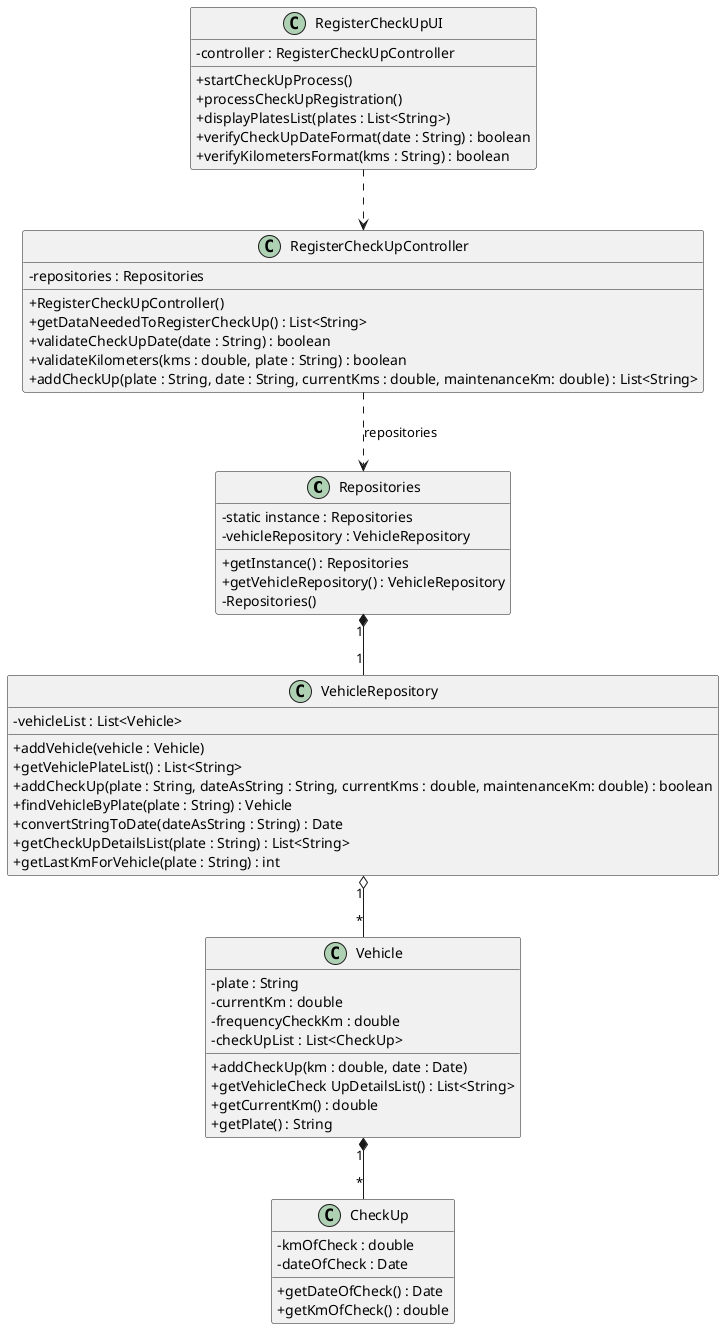
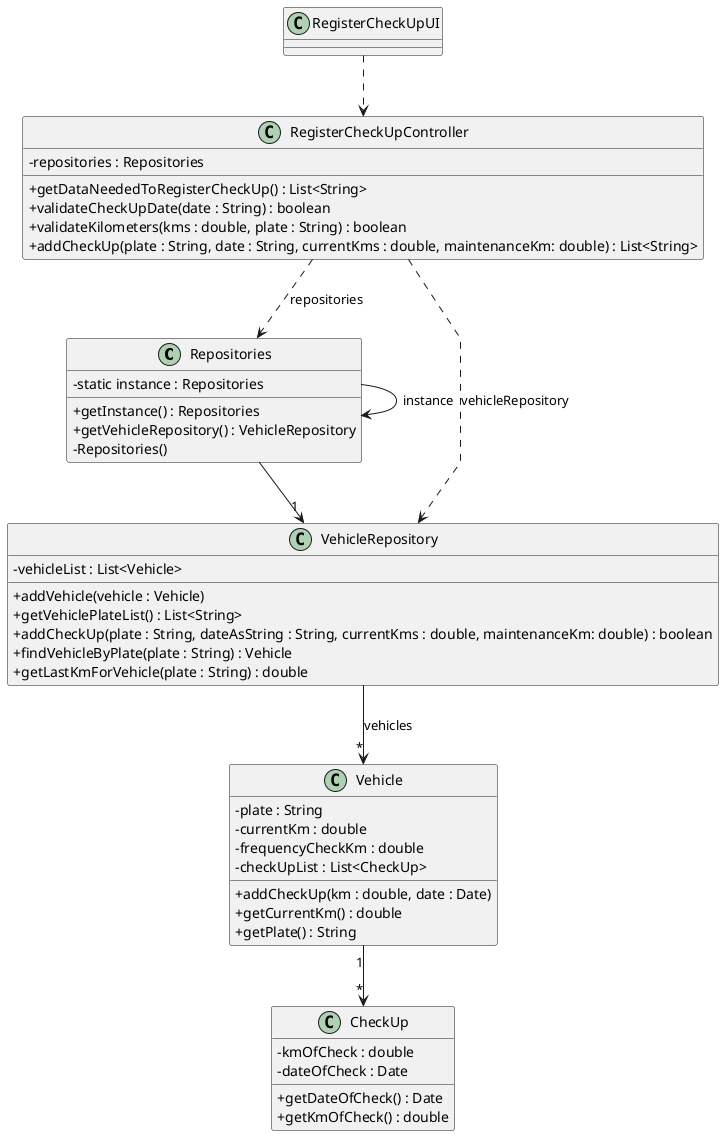
@startuml
'skinparam monochrome true
skinparam packageStyle rectangle
skinparam shadowing false
skinparam linetype polyline
- 
skinparam classAttributeIconSize 0

class Repositories {
    - static instance : Repositories
-     - vehicleRepository : VehicleRepository
    + getInstance() : Repositories
    + getVehicleRepository() : VehicleRepository
    - Repositories()
}

class VehicleRepository {
    - vehicleList : List<Vehicle>
    + addVehicle(vehicle : Vehicle)
    + getVehiclePlateList() : List<String>
    + addCheckUp(plate : String, dateAsString : String, currentKms : double, maintenanceKm: double) : boolean
    + findVehicleByPlate(plate : String) : Vehicle
-     + convertStringToDate(dateAsString : String) : Date
-     + getCheckUpDetailsList(plate : String) : List<String>
-     + getLastKmForVehicle(plate : String) : int
+     + getLastKmForVehicle(plate : String) : double
}

class RegisterCheckUpUI {
-     - controller : RegisterCheckUpController
-     + startCheckUpProcess()
-     + processCheckUpRegistration()
-     + displayPlatesList(plates : List<String>)
-     + verifyCheckUpDateFormat(date : String) : boolean
-     + verifyKilometersFormat(kms : String) : boolean
}

class RegisterCheckUpController {
    - repositories : Repositories
-     + RegisterCheckUpController()
    + getDataNeededToRegisterCheckUp() : List<String>
    + validateCheckUpDate(date : String) : boolean
    + validateKilometers(kms : double, plate : String) : boolean
    + addCheckUp(plate : String, date : String, currentKms : double, maintenanceKm: double) : List<String>
}

class Vehicle {
    - plate : String
    - currentKm : double
    - frequencyCheckKm : double
    - checkUpList : List<CheckUp>
    + addCheckUp(km : double, date : Date)
-     + getVehicleCheck UpDetailsList() : List<String>
    + getCurrentKm() : double
    + getPlate() : String
}

class CheckUp {
    - kmOfCheck : double
    - dateOfCheck : Date
    + getDateOfCheck() : Date
    + getKmOfCheck() : double
}

RegisterCheckUpUI ..> RegisterCheckUpController
RegisterCheckUpController ..> Repositories: repositories
- Repositories "1" *-- "1" VehicleRepository
- VehicleRepository "1" o-- "*" Vehicle
- Vehicle "1" *-- "*" CheckUp
+ Repositories --> "1" VehicleRepository
+ VehicleRepository --> "*" Vehicle: vehicles
+ Vehicle "1" --> "*" CheckUp
+ Repositories --> Repositories : instance
+ RegisterCheckUpController ..> VehicleRepository : vehicleRepository
+ 

@enduml
